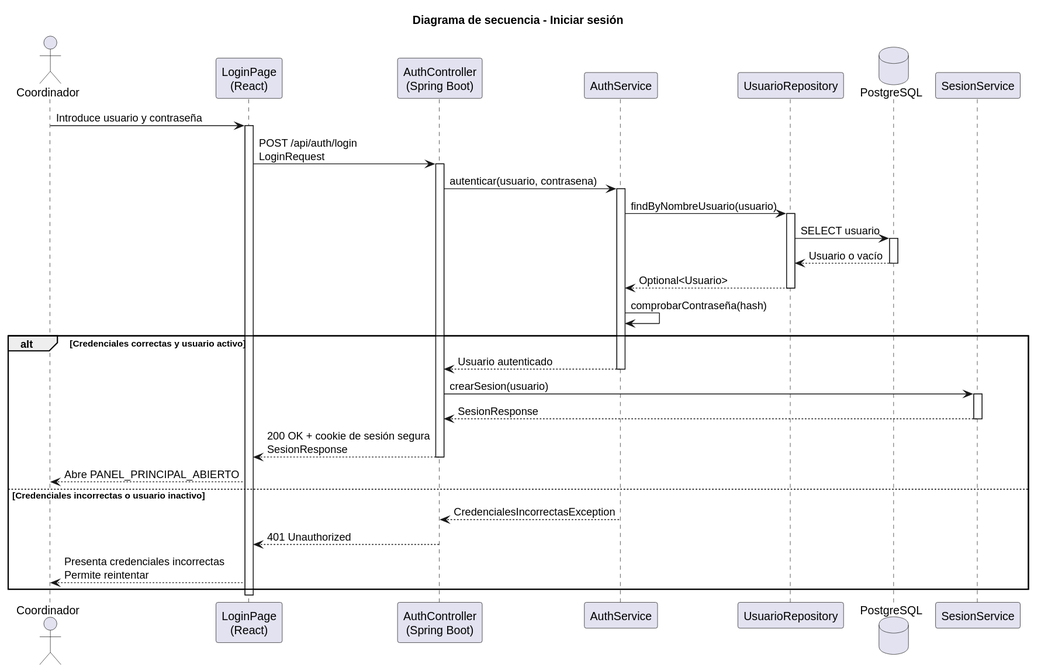
The PlantUML diagram images/RUP/02-diseño/casos-uso/coordinador/iniciarSesion/secuencia.svg in beatriizorozco/25-26-idsw2-sdVC, before a commit.
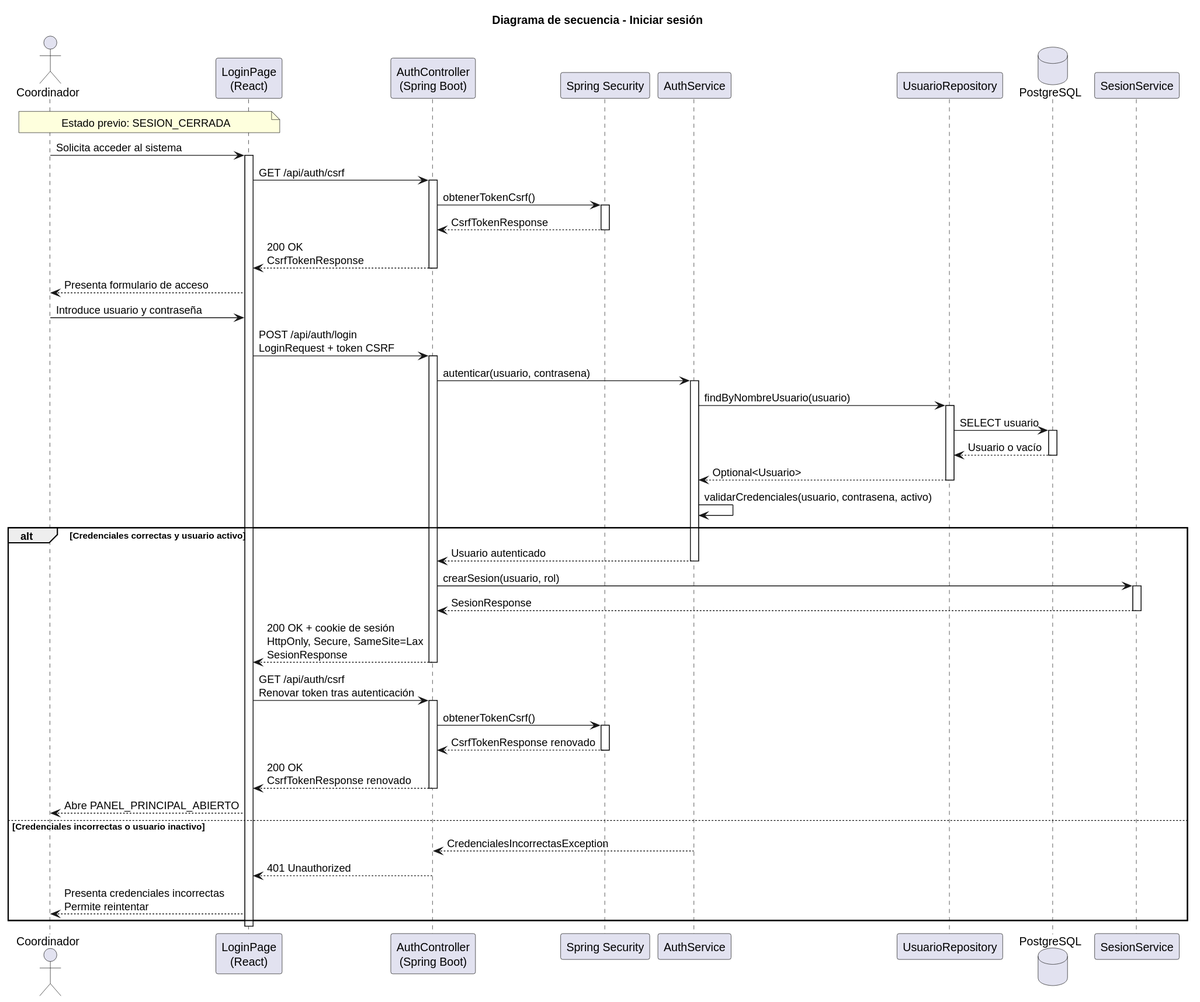
Above is the later version.

What changed in the source:
```diff
@@ -4,14 +4,29 @@
 actor Coordinador
 participant "LoginPage\n(React)" as Frontend
 participant "AuthController\n(Spring Boot)" as Api
+participant "Spring Security" as Security
 participant "AuthService" as Auth
 participant "UsuarioRepository" as Repo
 database "PostgreSQL" as Database
 participant "SesionService" as Sesion
 
+note over Coordinador, Frontend
+Estado previo: SESION_CERRADA
+end note
+
+Coordinador -> Frontend: Solicita acceder al sistema
+activate Frontend
+Frontend -> Api: GET /api/auth/csrf
+activate Api
+Api -> Security: obtenerTokenCsrf()
+activate Security
+Security --> Api: CsrfTokenResponse
+deactivate Security
+Api --> Frontend: 200 OK\nCsrfTokenResponse
+deactivate Api
+Frontend --> Coordinador: Presenta formulario de acceso
 Coordinador -> Frontend: Introduce usuario y contraseña
-activate Frontend
-Frontend -> Api: POST /api/auth/login\nLoginRequest
+Frontend -> Api: POST /api/auth/login\nLoginRequest + token CSRF
 activate Api
 Api -> Auth: autenticar(usuario, contrasena)
 activate Auth
@@ -23,16 +38,24 @@
 deactivate Database
 Repo --> Auth: Optional<Usuario>
 deactivate Repo
-Auth -> Auth: comprobarContraseña(hash)
+Auth -> Auth: validarCredenciales(usuario, contrasena, activo)
 
 alt Credenciales correctas y usuario activo
     Auth --> Api: Usuario autenticado
     deactivate Auth
-    Api -> Sesion: crearSesion(usuario)
+    Api -> Sesion: crearSesion(usuario, rol)
     activate Sesion
     Sesion --> Api: SesionResponse
     deactivate Sesion
-    Api --> Frontend: 200 OK + cookie de sesión segura\nSesionResponse
+    Api --> Frontend: 200 OK + cookie de sesión\nHttpOnly, Secure, SameSite=Lax\nSesionResponse
+    deactivate Api
+    Frontend -> Api: GET /api/auth/csrf\nRenovar token tras autenticación
+    activate Api
+    Api -> Security: obtenerTokenCsrf()
+    activate Security
+    Security --> Api: CsrfTokenResponse renovado
+    deactivate Security
+    Api --> Frontend: 200 OK\nCsrfTokenResponse renovado
     deactivate Api
     Frontend --> Coordinador: Abre PANEL_PRINCIPAL_ABIERTO
 else Credenciales incorrectas o usuario inactivo
```
